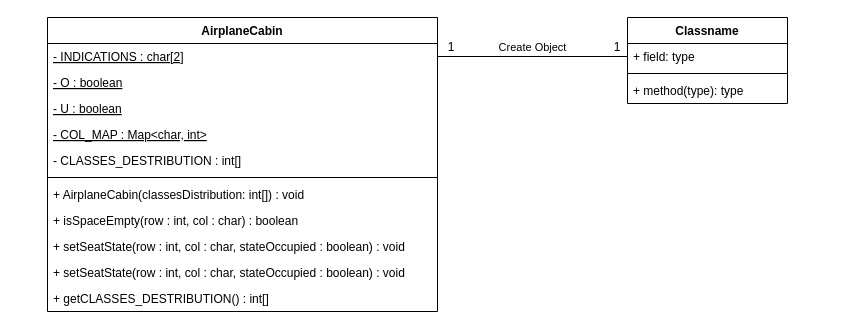
Earlier version of the draw.io diagram Question2.drawio (DIT202003G1/JavaAssignment2). Source tidied: cells renumbered, new cells numbered last; positions are measured from the earlier drawing's top-left corner, leaving out a move shared by most shapes. Both pictures are drawn from the tidied source at 100%, with x=0, y=0 at pixel (47, 17).
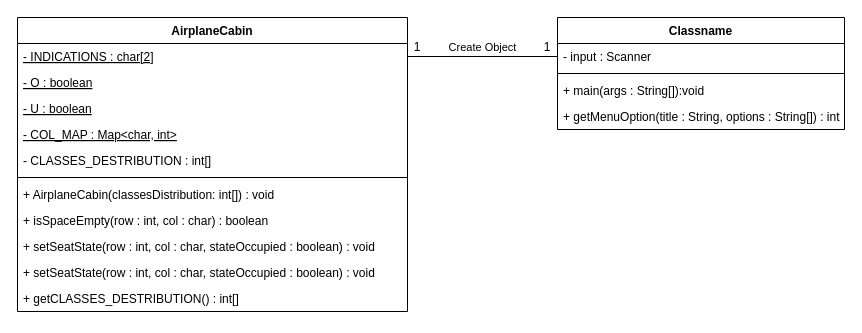
Above is the later version.

The edit, as a diff of the source:
```diff
@@
     <mxCell id="3" value="1" style="text;html=1;strokeColor=none;fillColor=none;align=center;verticalAlign=middle;whiteSpace=wrap;rounded=0;" parent="1" vertex="1">
-      <mxGeometry x="394" y="20" width="20" height="20" as="geometry" />
+      <mxGeometry x="360" y="20" width="20" height="20" as="geometry" />
     </mxCell>
     <mxCell id="4" value="1" style="text;html=1;strokeColor=none;fillColor=none;align=center;verticalAlign=middle;whiteSpace=wrap;rounded=0;" parent="1" vertex="1">
-      <mxGeometry x="560" y="20" width="20" height="20" as="geometry" />
+      <mxGeometry x="490" y="20" width="20" height="20" as="geometry" />
     </mxCell>
     <mxCell id="5" value="AirplaneCabin" style="swimlane;fontStyle=1;align=center;verticalAlign=top;horizontal=1;startSize=26;" parent="1" vertex="1">
-      <mxGeometry width="390" height="294" as="geometry" />
+      <mxGeometry x="-30" width="390" height="294" as="geometry" />
     </mxCell>
@@
     <mxCell id="17" value="Classname" style="swimlane;fontStyle=1;align=center;verticalAlign=top;horizontal=1;startSize=26;" parent="1" vertex="1">
-      <mxGeometry x="580" width="160" height="86" as="geometry" />
+      <mxGeometry x="510" width="287" height="112" as="geometry" />
     </mxCell>
-    <mxCell id="18" value="+ field: type" style="text;strokeColor=none;fillColor=none;align=left;verticalAlign=top;spacingLeft=4;spacingRight=4;overflow=hidden;points=[[0,0.5],[1,0.5]];portConstraint=eastwest;" parent="17" vertex="1">
-      <mxGeometry y="26" width="160" height="26" as="geometry" />
+    <mxCell id="18" value="- input : Scanner" style="text;strokeColor=none;fillColor=none;align=left;verticalAlign=top;spacingLeft=4;spacingRight=4;overflow=hidden;points=[[0,0.5],[1,0.5]];portConstraint=eastwest;" parent="17" vertex="1">
+      <mxGeometry y="26" width="287" height="26" as="geometry" />
     </mxCell>
     <mxCell id="19" style="line;strokeWidth=1;fillColor=none;align=left;verticalAlign=middle;spacingTop=-1;spacingLeft=3;spacingRight=3;labelPosition=right;" parent="17" vertex="1">
-      <mxGeometry y="52" width="160" height="8" as="geometry" />
+      <mxGeometry y="52" width="287" height="8" as="geometry" />
     </mxCell>
-    <mxCell id="20" value="+ method(type): type" style="text;strokeColor=none;fillColor=none;align=left;verticalAlign=top;spacingLeft=4;spacingRight=4;overflow=hidden;" parent="17" vertex="1">
-      <mxGeometry y="60" width="160" height="26" as="geometry" />
+    <mxCell id="20" value="+ main(args : String[]):void" style="text;strokeColor=none;fillColor=none;align=left;verticalAlign=top;spacingLeft=4;spacingRight=4;overflow=hidden;" parent="17" vertex="1">
+      <mxGeometry y="60" width="287" height="26" as="geometry" />
     </mxCell>
+    <mxCell id="21" value="+ getMenuOption(title : String, options : String[]) : int" style="text;strokeColor=none;fillColor=none;align=left;verticalAlign=top;spacingLeft=4;spacingRight=4;overflow=hidden;" parent="17" vertex="1">
+      <mxGeometry y="86" width="287" height="26" as="geometry" />
+    </mxCell>
```
